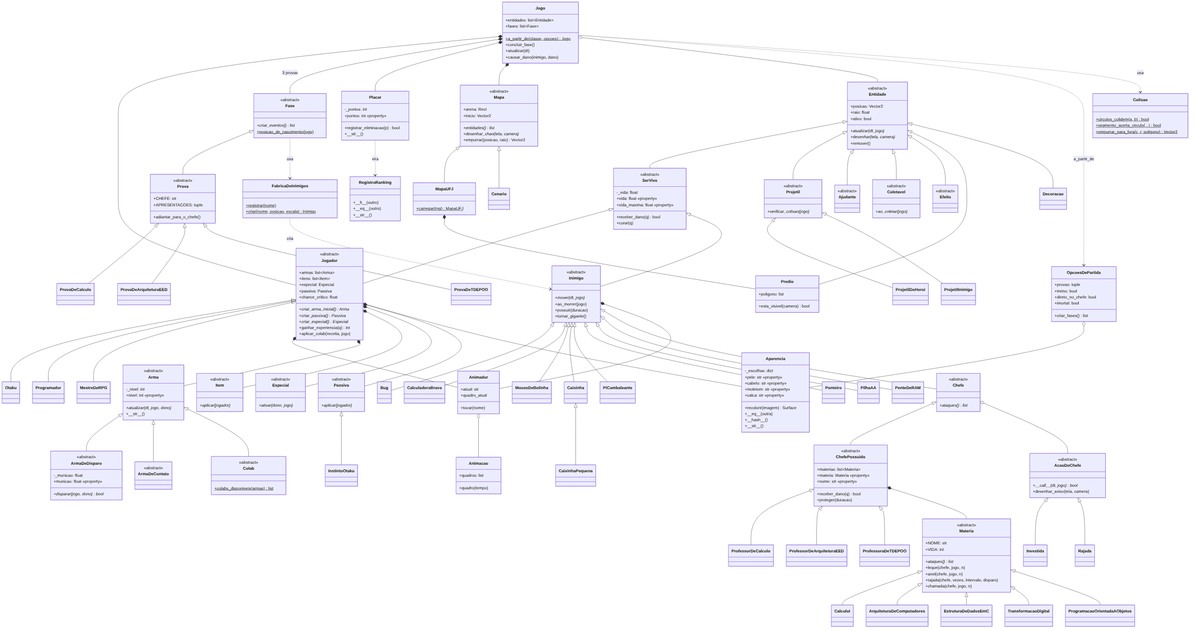
thallersubtil/UFJ-Survivors keeps this Mermaid diagram as docs/entregas/diagrama_classes.png. Above is the earlier version. Its source is kept beside it as docs/diagrama_classes.mmd.
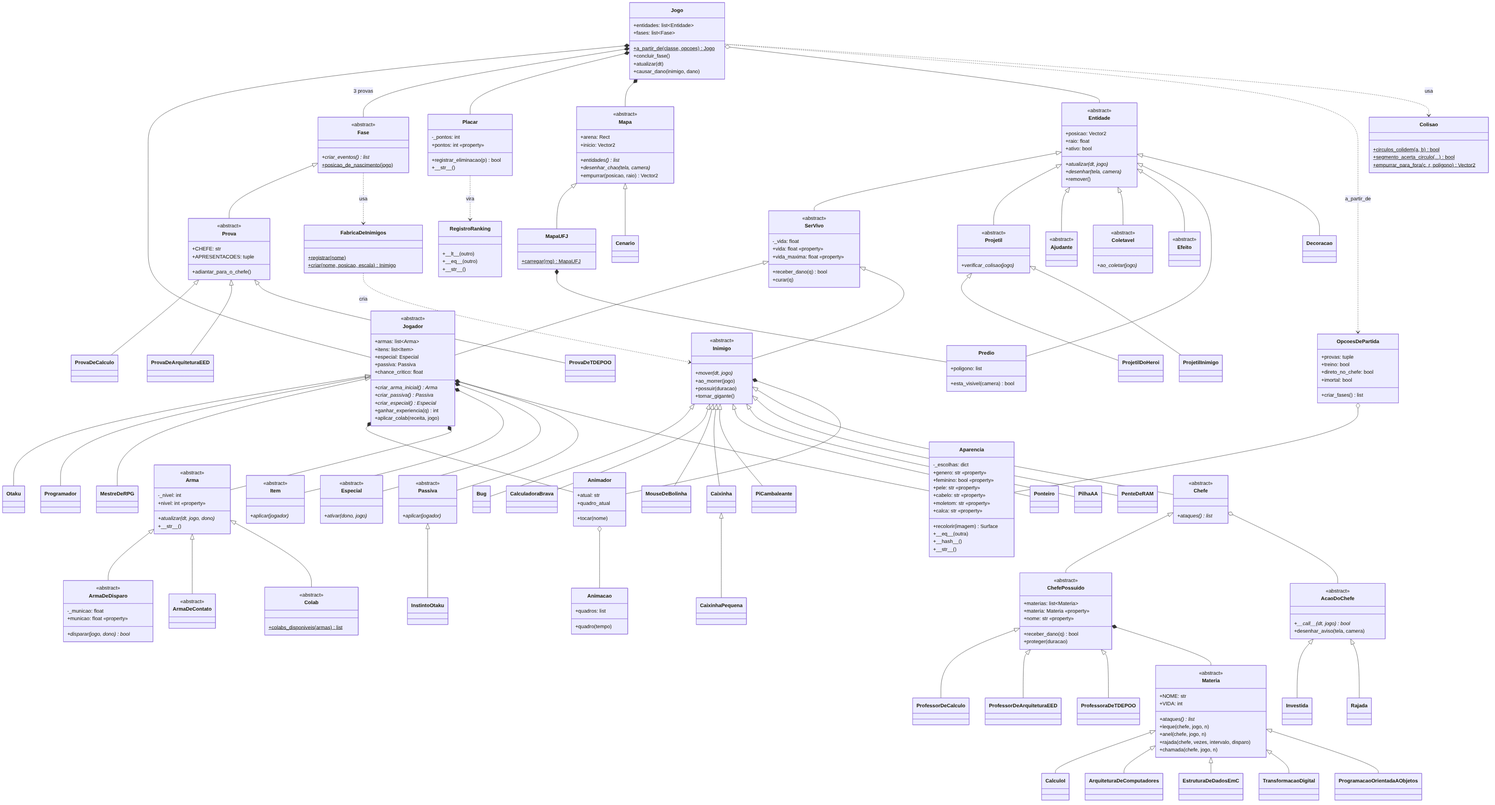
After the commit.

Diff of the diagram source:
```diff
@@ -197,6 +197,8 @@
     class Decoracao
     class Aparencia {
         -_escolhas: dict
+        +genero: str «property»
+        +feminino: bool «property»
         +pele: str «property»
         +cabelo: str «property»
         +moletom: str «property»
```
